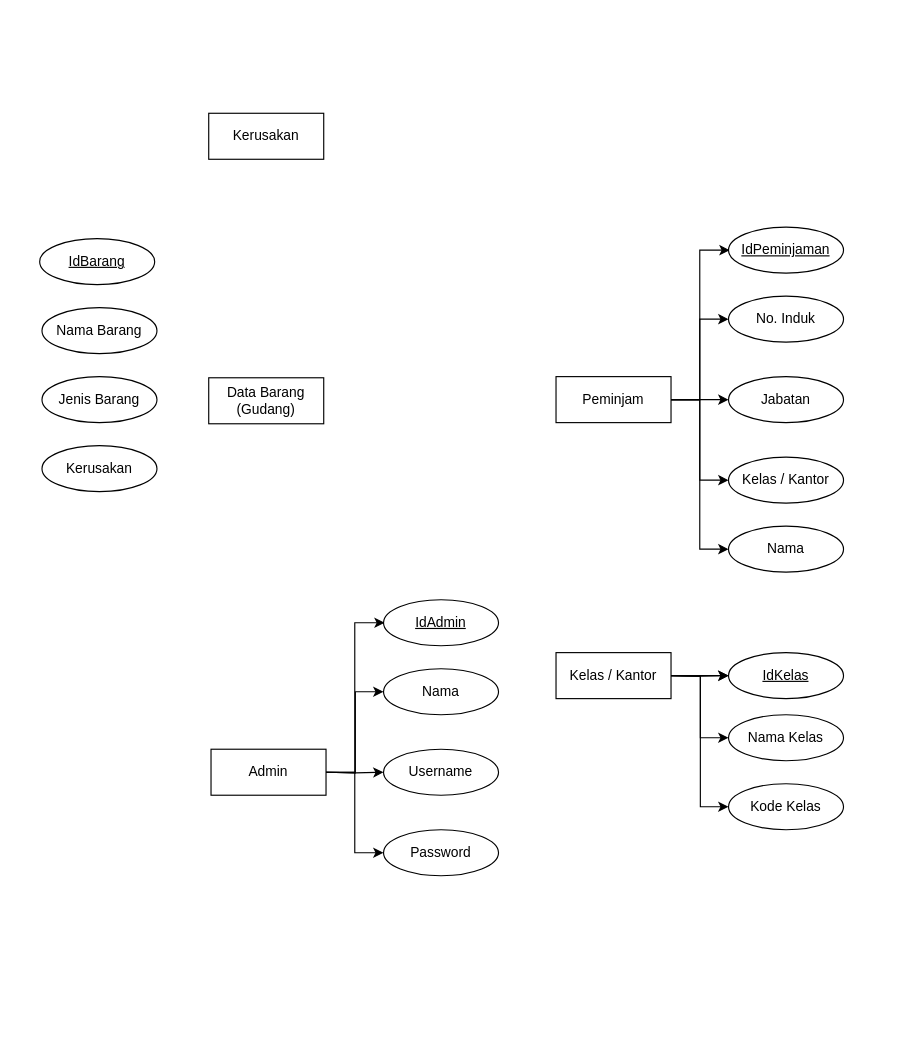
Earlier version of the draw.io diagram .drawio (Sacrit38/CPP-Ponggame). Source tidied: cells renumbered, new cells numbered last; positions are measured from the earlier drawing's top-left corner, leaving out a move shared by most shapes. Both pictures are drawn from the tidied source at 115%, with x=0, y=0 at pixel (39, 113).
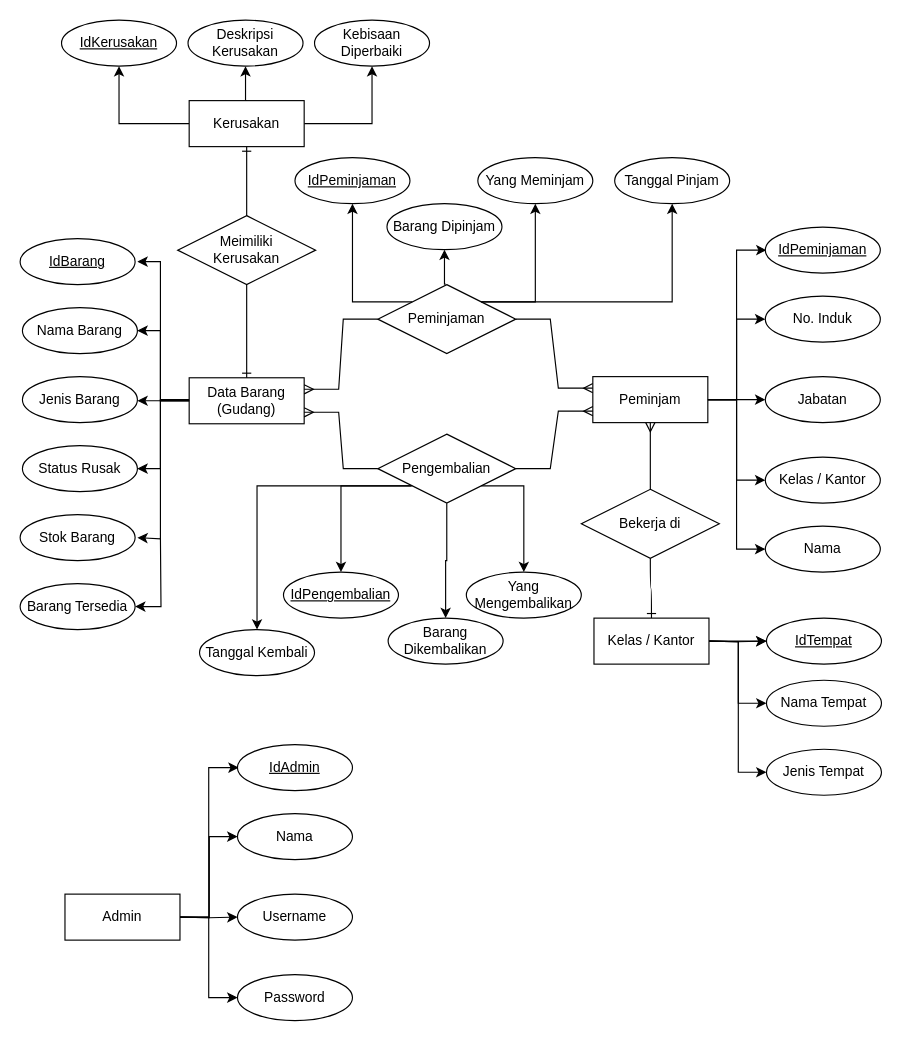
Above is the later version.

Change to the diagram source:
```diff
@@
     <mxCell id="5" style="edgeStyle=orthogonalEdgeStyle;rounded=0;jettySize=auto;html=1;exitX=1;exitY=0.5;exitDx=0;exitDy=0;entryX=0;entryY=0.5;entryDx=0;entryDy=0;" parent="1" edge="1" source="6">
       <mxGeometry relative="1" as="geometry">
-        <mxPoint x="600" y="119" as="targetPoint" />
+        <mxPoint x="632" y="119" as="targetPoint" />
         <Array as="points">
-          <mxPoint x="574" y="249" />
-          <mxPoint x="574" y="119" />
+          <mxPoint x="606" y="249" />
+          <mxPoint x="606" y="119" />
         </Array>
       </mxGeometry>
     </mxCell>
+    <mxCell id="36" style="edgeStyle=entityRelationEdgeStyle;rounded=0;jettySize=auto;html=1;exitX=0;exitY=0.25;exitDx=0;exitDy=0;entryX=1;entryY=0.5;entryDx=0;entryDy=0;elbow=vertical;endArrow=none;endFill=0;startArrow=ERmany;startFill=0;" parent="1" edge="1" source="6" target="52">
+      <mxGeometry relative="1" as="geometry" />
+    </mxCell>
     <mxCell id="6" value="Peminjam" style="whiteSpace=wrap;html=1;align=center;" parent="1" vertex="1">
-      <mxGeometry x="449" y="229" width="100" height="40" as="geometry" />
+      <mxGeometry x="481" y="229" width="100" height="40" as="geometry" />
     </mxCell>
     <mxCell id="7" value="No. Induk" style="ellipse;whiteSpace=wrap;html=1;align=center;" parent="1" vertex="1">
-      <mxGeometry x="599" y="159" width="100" height="40" as="geometry" />
+      <mxGeometry x="631" y="159" width="100" height="40" as="geometry" />
     </mxCell>
     <mxCell id="8" value="Jabatan" style="ellipse;whiteSpace=wrap;html=1;align=center;" parent="1" vertex="1">
-      <mxGeometry x="599" y="229" width="100" height="40" as="geometry" />
+      <mxGeometry x="631" y="229" width="100" height="40" as="geometry" />
     </mxCell>
     <mxCell id="9" value="Kelas / Kantor" style="ellipse;whiteSpace=wrap;html=1;align=center;" parent="1" vertex="1">
-      <mxGeometry x="599" y="299" width="100" height="40" as="geometry" />
+      <mxGeometry x="631" y="299" width="100" height="40" as="geometry" />
     </mxCell>
     <mxCell id="10" value="Admin" style="whiteSpace=wrap;html=1;align=center;" parent="1" vertex="1">
-      <mxGeometry x="149" y="553" width="100" height="40" as="geometry" />
+      <mxGeometry x="22" y="679" width="100" height="40" as="geometry" />
     </mxCell>
+    <mxCell id="37" style="edgeStyle=orthogonalEdgeStyle;rounded=0;jettySize=auto;html=1;exitX=0;exitY=0.5;exitDx=0;exitDy=0;" parent="1" edge="1" source="11">
+      <mxGeometry relative="1" as="geometry">
+        <mxPoint x="85" y="129" as="targetPoint" />
+        <Array as="points">
+          <mxPoint x="105" y="250" />
+          <mxPoint x="105" y="129" />
+        </Array>
+      </mxGeometry>
+    </mxCell>
+    <mxCell id="38" style="edgeStyle=orthogonalEdgeStyle;rounded=0;jettySize=auto;html=1;" parent="1" edge="1" source="11">
+      <mxGeometry relative="1" as="geometry">
+        <mxPoint x="85" y="250" as="targetPoint" />
+      </mxGeometry>
+    </mxCell>
+    <mxCell id="39" style="edgeStyle=orthogonalEdgeStyle;rounded=0;jettySize=auto;html=1;exitX=0;exitY=0.5;exitDx=0;exitDy=0;" parent="1" edge="1" source="11">
+      <mxGeometry relative="1" as="geometry">
+        <mxPoint x="85" y="309" as="targetPoint" />
+        <Array as="points">
+          <mxPoint x="105" y="249" />
+          <mxPoint x="105" y="309" />
+        </Array>
+      </mxGeometry>
+    </mxCell>
     <mxCell id="11" value="Data Barang (Gudang)" style="whiteSpace=wrap;html=1;align=center;" parent="1" vertex="1">
-      <mxGeometry x="147" y="230" width="100" height="40" as="geometry" />
+      <mxGeometry x="130" y="230" width="100" height="40" as="geometry" />
     </mxCell>
+    <mxCell id="40" style="edgeStyle=orthogonalEdgeStyle;rounded=0;jettySize=auto;html=1;entryX=0.5;entryY=1;entryDx=0;entryDy=0;" parent="1" edge="1" source="12" target="59">
+      <mxGeometry relative="1" as="geometry" />
+    </mxCell>
+    <mxCell id="41" style="edgeStyle=orthogonalEdgeStyle;rounded=0;jettySize=auto;html=1;exitX=0.5;exitY=0;exitDx=0;exitDy=0;entryX=0.5;entryY=1;entryDx=0;entryDy=0;" parent="1" edge="1" source="12" target="60">
+      <mxGeometry relative="1" as="geometry" />
+    </mxCell>
+    <mxCell id="42" style="edgeStyle=orthogonalEdgeStyle;rounded=0;jettySize=auto;html=1;exitX=1;exitY=0.5;exitDx=0;exitDy=0;entryX=0.5;entryY=1;entryDx=0;entryDy=0;" parent="1" edge="1" source="12" target="61">
+      <mxGeometry relative="1" as="geometry" />
+    </mxCell>
     <mxCell id="12" value="Kerusakan" style="whiteSpace=wrap;html=1;align=center;" parent="1" vertex="1">
-      <mxGeometry x="147" width="100" height="40" as="geometry" />
+      <mxGeometry x="130" y="-11" width="100" height="40" as="geometry" />
     </mxCell>
     <mxCell id="13" value="Kelas / Kantor" style="whiteSpace=wrap;html=1;align=center;" parent="1" vertex="1">
-      <mxGeometry x="449" y="469" width="100" height="40" as="geometry" />
+      <mxGeometry x="482" y="439" width="100" height="40" as="geometry" />
     </mxCell>
     <mxCell id="14" value="IdPeminjaman" style="ellipse;whiteSpace=wrap;html=1;align=center;fontStyle=4;" parent="1" vertex="1">
-      <mxGeometry x="599" y="99" width="100" height="40" as="geometry" />
+      <mxGeometry x="631" y="99" width="100" height="40" as="geometry" />
     </mxCell>
     <mxCell id="15" style="edgeStyle=orthogonalEdgeStyle;rounded=0;jettySize=auto;html=1;exitX=1;exitY=0.5;exitDx=0;exitDy=0;entryX=0;entryY=0.5;entryDx=0;entryDy=0;" parent="1" edge="1" target="21">
       <mxGeometry relative="1" as="geometry">
-        <mxPoint x="249" y="573" as="sourcePoint" />
+        <mxPoint x="122" y="699" as="sourcePoint" />
         <Array as="points">
-          <mxPoint x="274" y="573" />
-          <mxPoint x="274" y="643" />
+          <mxPoint x="147" y="699" />
+          <mxPoint x="147" y="769" />
         </Array>
       </mxGeometry>
     </mxCell>
     <mxCell id="16" style="edgeStyle=orthogonalEdgeStyle;rounded=0;jettySize=auto;html=1;entryX=0;entryY=0.5;entryDx=0;entryDy=0;" parent="1" edge="1" target="20">
       <mxGeometry relative="1" as="geometry">
-        <mxPoint x="249" y="573" as="sourcePoint" />
+        <mxPoint x="122" y="699" as="sourcePoint" />
       </mxGeometry>
     </mxCell>
     <mxCell id="17" style="edgeStyle=orthogonalEdgeStyle;rounded=0;jettySize=auto;html=1;entryX=0;entryY=0.5;entryDx=0;entryDy=0;" parent="1" edge="1" target="19">
       <mxGeometry relative="1" as="geometry">
-        <mxPoint x="249" y="573" as="sourcePoint" />
+        <mxPoint x="122" y="699" as="sourcePoint" />
       </mxGeometry>
     </mxCell>
     <mxCell id="18" style="edgeStyle=orthogonalEdgeStyle;rounded=0;orthogonalLoop=1;jettySize=auto;html=1;exitX=1;exitY=0.5;exitDx=0;exitDy=0;entryX=0;entryY=0.5;entryDx=0;entryDy=0;" parent="1" edge="1">
       <mxGeometry relative="1" as="geometry">
-        <mxPoint x="249" y="573" as="sourcePoint" />
-        <mxPoint x="300" y="443" as="targetPoint" />
+        <mxPoint x="122" y="699" as="sourcePoint" />
+        <mxPoint x="173" y="569" as="targetPoint" />
         <Array as="points">
-          <mxPoint x="274" y="573" />
-          <mxPoint x="274" y="443" />
+          <mxPoint x="147" y="699" />
+          <mxPoint x="147" y="569" />
         </Array>
       </mxGeometry>
     </mxCell>
     <mxCell id="19" value="Nama" style="ellipse;whiteSpace=wrap;html=1;align=center;" parent="1" vertex="1">
-      <mxGeometry x="299" y="483" width="100" height="40" as="geometry" />
+      <mxGeometry x="172" y="609" width="100" height="40" as="geometry" />
     </mxCell>
     <mxCell id="20" value="Username" style="ellipse;whiteSpace=wrap;html=1;align=center;" parent="1" vertex="1">
-      <mxGeometry x="299" y="553" width="100" height="40" as="geometry" />
+      <mxGeometry x="172" y="679" width="100" height="40" as="geometry" />
     </mxCell>
     <mxCell id="21" value="Password" style="ellipse;whiteSpace=wrap;html=1;align=center;" parent="1" vertex="1">
-      <mxGeometry x="299" y="623" width="100" height="40" as="geometry" />
+      <mxGeometry x="172" y="749" width="100" height="40" as="geometry" />
     </mxCell>
     <mxCell id="22" value="IdAdmin" style="ellipse;whiteSpace=wrap;html=1;align=center;fontStyle=4;" parent="1" vertex="1">
-      <mxGeometry x="299" y="423" width="100" height="40" as="geometry" />
+      <mxGeometry x="172" y="549" width="100" height="40" as="geometry" />
     </mxCell>
@@
     <mxCell id="24" value="Nama" style="ellipse;whiteSpace=wrap;html=1;align=center;" parent="1" vertex="1">
-      <mxGeometry x="599" y="359" width="100" height="40" as="geometry" />
+      <mxGeometry x="631" y="359" width="100" height="40" as="geometry" />
     </mxCell>
     <mxCell id="25" style="edgeStyle=orthogonalEdgeStyle;rounded=0;jettySize=auto;html=1;entryX=0;entryY=0.5;entryDx=0;entryDy=0;" parent="1" edge="1" target="29">
       <mxGeometry relative="1" as="geometry">
-        <mxPoint x="549" y="489" as="sourcePoint" />
+        <mxPoint x="582" y="459" as="sourcePoint" />
       </mxGeometry>
     </mxCell>
     <mxCell id="26" style="edgeStyle=orthogonalEdgeStyle;rounded=0;jettySize=auto;html=1;entryX=0;entryY=0.5;entryDx=0;entryDy=0;" parent="1" edge="1" target="28">
       <mxGeometry relative="1" as="geometry">
-        <mxPoint x="549" y="489" as="sourcePoint" />
+        <mxPoint x="582" y="459" as="sourcePoint" />
       </mxGeometry>
     </mxCell>
     <mxCell id="27" style="edgeStyle=orthogonalEdgeStyle;rounded=0;jettySize=auto;html=1;exitX=1;exitY=0.5;exitDx=0;exitDy=0;entryX=0;entryY=0.5;entryDx=0;entryDy=0;" parent="1" edge="1" target="32">
       <mxGeometry relative="1" as="geometry">
-        <mxPoint x="549" y="489" as="sourcePoint" />
+        <mxPoint x="582" y="459" as="sourcePoint" />
         <Array as="points">
-          <mxPoint x="579" y="489" />
-          <mxPoint x="579" y="489" />
+          <mxPoint x="612" y="459" />
+          <mxPoint x="612" y="459" />
         </Array>
       </mxGeometry>
     </mxCell>
-    <mxCell id="28" value="Kode Kelas" style="ellipse;whiteSpace=wrap;html=1;align=center;" parent="1" vertex="1">
-      <mxGeometry x="599" y="583" width="100" height="40" as="geometry" />
+    <mxCell id="28" value="Jenis Tempat" style="ellipse;whiteSpace=wrap;html=1;align=center;" parent="1" vertex="1">
+      <mxGeometry x="632" y="553" width="100" height="40" as="geometry" />
     </mxCell>
-    <mxCell id="29" value="Nama Kelas" style="ellipse;whiteSpace=wrap;html=1;align=center;" parent="1" vertex="1">
-      <mxGeometry x="599" y="523" width="100" height="40" as="geometry" />
+    <mxCell id="29" value="Nama Tempat" style="ellipse;whiteSpace=wrap;html=1;align=center;" parent="1" vertex="1">
+      <mxGeometry x="632" y="493" width="100" height="40" as="geometry" />
     </mxCell>
     <mxCell id="30" value="IdBarang" style="ellipse;whiteSpace=wrap;html=1;align=center;fontStyle=4;" parent="1" vertex="1">
-      <mxGeometry y="109" width="100" height="40" as="geometry" />
+      <mxGeometry x="-17" y="109" width="100" height="40" as="geometry" />
     </mxCell>
     <mxCell id="31" style="edgeStyle=orthogonalEdgeStyle;rounded=0;jettySize=auto;html=1;entryX=0;entryY=0.5;entryDx=0;entryDy=0;" parent="1" edge="1" target="32">
       <mxGeometry relative="1" as="geometry">
-        <mxPoint x="549" y="489" as="sourcePoint" />
+        <mxPoint x="582" y="459" as="sourcePoint" />
       </mxGeometry>
     </mxCell>
-    <mxCell id="32" value="IdKelas" style="ellipse;whiteSpace=wrap;html=1;align=center;fontStyle=4;" parent="1" vertex="1">
-      <mxGeometry x="599" y="469" width="100" height="40" as="geometry" />
+    <mxCell id="32" value="IdTempat" style="ellipse;whiteSpace=wrap;html=1;align=center;fontStyle=4;" parent="1" vertex="1">
+      <mxGeometry x="632" y="439" width="100" height="40" as="geometry" />
     </mxCell>
     <mxCell id="33" value="Nama Barang" style="ellipse;whiteSpace=wrap;html=1;align=center;" parent="1" vertex="1">
-      <mxGeometry x="2" y="169" width="100" height="40" as="geometry" />
+      <mxGeometry x="-15" y="169" width="100" height="40" as="geometry" />
     </mxCell>
     <mxCell id="34" value="Jenis Barang" style="ellipse;whiteSpace=wrap;html=1;align=center;" parent="1" vertex="1">
-      <mxGeometry x="2" y="229" width="100" height="40" as="geometry" />
+      <mxGeometry x="-15" y="229" width="100" height="40" as="geometry" />
     </mxCell>
-    <mxCell id="35" value="Kerusakan" style="ellipse;whiteSpace=wrap;html=1;align=center;" parent="1" vertex="1">
-      <mxGeometry x="2" y="289" width="100" height="40" as="geometry" />
+    <mxCell id="35" value="Status Rusak" style="ellipse;whiteSpace=wrap;html=1;align=center;" parent="1" vertex="1">
+      <mxGeometry x="-15" y="289" width="100" height="40" as="geometry" />
     </mxCell>
+    <mxCell id="43" value="Stok Barang" style="ellipse;whiteSpace=wrap;html=1;align=center;" parent="1" vertex="1">
+      <mxGeometry x="-17" y="349" width="100" height="40" as="geometry" />
+    </mxCell>
+    <mxCell id="44" style="edgeStyle=orthogonalEdgeStyle;rounded=0;jettySize=auto;html=1;exitX=1;exitY=0.5;exitDx=0;exitDy=0;startArrow=classic;startFill=1;endArrow=none;endFill=0;" parent="1" edge="1" source="45">
+      <mxGeometry relative="1" as="geometry">
+        <mxPoint x="105" y="369" as="targetPoint" />
+      </mxGeometry>
+    </mxCell>
+    <mxCell id="45" value="Barang Tersedia" style="ellipse;whiteSpace=wrap;html=1;align=center;" parent="1" vertex="1">
+      <mxGeometry x="-17" y="409" width="100" height="40" as="geometry" />
+    </mxCell>
+    <mxCell id="46" value="Bekerja di" style="shape=rhombus;perimeter=rhombusPerimeter;whiteSpace=wrap;html=1;align=center;" parent="1" vertex="1">
+      <mxGeometry x="471" y="327" width="120" height="60" as="geometry" />
+    </mxCell>
+    <mxCell id="47" style="edgeStyle=orthogonalEdgeStyle;fontSize=12;html=1;endArrow=ERmany;rounded=0;entryX=0.5;entryY=1;entryDx=0;entryDy=0;exitX=0.5;exitY=0;exitDx=0;exitDy=0;curved=1;" parent="1" edge="1" source="46" target="6">
+      <mxGeometry relative="1" as="geometry" />
+    </mxCell>
+    <mxCell id="48" style="edgeStyle=orthogonalEdgeStyle;fontSize=12;html=1;endArrow=ERone;endFill=1;rounded=0;entryX=0.5;entryY=0;entryDx=0;entryDy=0;exitX=0.5;exitY=1;exitDx=0;exitDy=0;curved=1;" parent="1" edge="1" source="46" target="13">
+      <mxGeometry relative="1" as="geometry" />
+    </mxCell>
+    <mxCell id="49" style="edgeStyle=orthogonalEdgeStyle;rounded=0;jettySize=auto;html=1;exitX=0;exitY=0.5;exitDx=0;exitDy=0;entryX=1;entryY=0.5;entryDx=0;entryDy=0;" parent="1" edge="1" source="11" target="33">
+      <mxGeometry relative="1" as="geometry">
+        <Array as="points">
+          <mxPoint x="105" y="250" />
+          <mxPoint x="105" y="189" />
+        </Array>
+      </mxGeometry>
+    </mxCell>
+    <mxCell id="50" style="edgeStyle=orthogonalEdgeStyle;rounded=0;orthogonalLoop=1;jettySize=auto;html=1;endArrow=classic;endFill=1;" parent="1" edge="1">
+      <mxGeometry relative="1" as="geometry">
+        <mxPoint x="130" y="250" as="sourcePoint" />
+        <mxPoint x="85" y="369" as="targetPoint" />
+        <Array as="points">
+          <mxPoint x="105" y="250" />
+          <mxPoint x="105" y="370" />
+        </Array>
+      </mxGeometry>
+    </mxCell>
+    <mxCell id="51" style="edgeStyle=entityRelationEdgeStyle;rounded=0;jettySize=auto;html=1;entryX=1;entryY=0.25;entryDx=0;entryDy=0;endArrow=ERmany;endFill=0;startArrow=none;startFill=0;" parent="1" edge="1" source="52" target="11">
+      <mxGeometry relative="1" as="geometry" />
+    </mxCell>
+    <mxCell id="52" value="Peminjaman" style="shape=rhombus;perimeter=rhombusPerimeter;whiteSpace=wrap;html=1;align=center;" parent="1" vertex="1">
+      <mxGeometry x="294" y="149" width="120" height="60" as="geometry" />
+    </mxCell>
+    <mxCell id="53" value="Pengembalian" style="shape=rhombus;perimeter=rhombusPerimeter;whiteSpace=wrap;html=1;align=center;" parent="1" vertex="1">
+      <mxGeometry x="294" y="279" width="120" height="60" as="geometry" />
+    </mxCell>
+    <mxCell id="54" style="edgeStyle=entityRelationEdgeStyle;rounded=0;jettySize=auto;html=1;exitX=0;exitY=0.75;exitDx=0;exitDy=0;entryX=1;entryY=0.5;entryDx=0;entryDy=0;elbow=vertical;endArrow=none;endFill=0;startArrow=ERmany;startFill=0;" parent="1" edge="1" source="6" target="53">
+      <mxGeometry relative="1" as="geometry" />
+    </mxCell>
+    <mxCell id="55" style="edgeStyle=entityRelationEdgeStyle;rounded=0;jettySize=auto;html=1;entryX=0;entryY=0.5;entryDx=0;entryDy=0;endArrow=none;endFill=0;startArrow=ERmany;startFill=0;exitX=1;exitY=0.75;exitDx=0;exitDy=0;" parent="1" edge="1" source="11" target="53">
+      <mxGeometry relative="1" as="geometry" />
+    </mxCell>
+    <mxCell id="56" value="Meimiliki &lt;br&gt;Kerusakan" style="shape=rhombus;perimeter=rhombusPerimeter;whiteSpace=wrap;html=1;align=center;" parent="1" vertex="1">
+      <mxGeometry x="120" y="89" width="120" height="60" as="geometry" />
+    </mxCell>
+    <mxCell id="57" style="edgeStyle=orthogonalEdgeStyle;fontSize=12;html=1;endArrow=ERone;endFill=1;rounded=0;entryX=0.5;entryY=0;entryDx=0;entryDy=0;exitX=0.5;exitY=1;exitDx=0;exitDy=0;curved=1;" parent="1" edge="1" source="56" target="11">
+      <mxGeometry relative="1" as="geometry" />
+    </mxCell>
+    <mxCell id="58" style="edgeStyle=orthogonalEdgeStyle;fontSize=12;html=1;endArrow=ERone;endFill=1;rounded=0;entryX=0.5;entryY=1;entryDx=0;entryDy=0;curved=1;exitX=0.5;exitY=0;exitDx=0;exitDy=0;" parent="1" edge="1" source="56" target="12">
+      <mxGeometry relative="1" as="geometry" />
+    </mxCell>
+    <mxCell id="59" value="IdKerusakan" style="ellipse;whiteSpace=wrap;html=1;align=center;fontStyle=4;" parent="1" vertex="1">
+      <mxGeometry x="19" y="-81" width="100" height="40" as="geometry" />
+    </mxCell>
+    <mxCell id="60" value="Deskripsi Kerusakan" style="ellipse;whiteSpace=wrap;html=1;align=center;" parent="1" vertex="1">
+      <mxGeometry x="129" y="-81" width="100" height="40" as="geometry" />
+    </mxCell>
+    <mxCell id="61" value="Kebisaan Diperbaiki" style="ellipse;whiteSpace=wrap;html=1;align=center;" parent="1" vertex="1">
+      <mxGeometry x="239" y="-81" width="100" height="40" as="geometry" />
+    </mxCell>
+    <mxCell id="62" style="edgeStyle=orthogonalEdgeStyle;rounded=0;jettySize=auto;html=1;entryX=0.5;entryY=1;entryDx=0;entryDy=0;exitX=0;exitY=0;exitDx=0;exitDy=0;" parent="1" edge="1" source="52" target="65">
+      <mxGeometry relative="1" as="geometry">
+        <Array as="points">
+          <mxPoint x="272" y="164" />
+        </Array>
+      </mxGeometry>
+    </mxCell>
+    <mxCell id="63" style="edgeStyle=orthogonalEdgeStyle;rounded=0;jettySize=auto;html=1;exitX=0.5;exitY=0;exitDx=0;exitDy=0;entryX=0.5;entryY=1;entryDx=0;entryDy=0;" parent="1" edge="1" target="66">
+      <mxGeometry relative="1" as="geometry">
+        <mxPoint x="353" y="148.6" as="sourcePoint" />
+      </mxGeometry>
+    </mxCell>
+    <mxCell id="64" style="edgeStyle=orthogonalEdgeStyle;rounded=0;jettySize=auto;html=1;exitX=1;exitY=0;exitDx=0;exitDy=0;entryX=0.5;entryY=1;entryDx=0;entryDy=0;" parent="1" edge="1" source="52" target="67">
+      <mxGeometry relative="1" as="geometry">
+        <Array as="points">
+          <mxPoint x="431" y="164" />
+        </Array>
+      </mxGeometry>
+    </mxCell>
+    <mxCell id="65" value="IdPeminjaman" style="ellipse;whiteSpace=wrap;html=1;align=center;fontStyle=4;" parent="1" vertex="1">
+      <mxGeometry x="222" y="38.6" width="100" height="40" as="geometry" />
+    </mxCell>
+    <mxCell id="66" value="Barang Dipinjam" style="ellipse;whiteSpace=wrap;html=1;align=center;" parent="1" vertex="1">
+      <mxGeometry x="302" y="78.6" width="100" height="40" as="geometry" />
+    </mxCell>
+    <mxCell id="67" value="Yang Meminjam" style="ellipse;whiteSpace=wrap;html=1;align=center;" parent="1" vertex="1">
+      <mxGeometry x="381" y="38.6" width="100" height="40" as="geometry" />
+    </mxCell>
+    <mxCell id="68" style="edgeStyle=orthogonalEdgeStyle;rounded=0;jettySize=auto;html=1;exitX=1;exitY=0;exitDx=0;exitDy=0;entryX=0.5;entryY=1;entryDx=0;entryDy=0;" parent="1" edge="1" source="52" target="69">
+      <mxGeometry relative="1" as="geometry" />
+    </mxCell>
+    <mxCell id="69" value="Tanggal Pinjam" style="ellipse;whiteSpace=wrap;html=1;align=center;" parent="1" vertex="1">
+      <mxGeometry x="500" y="38.6" width="100" height="40" as="geometry" />
+    </mxCell>
+    <mxCell id="70" style="edgeStyle=orthogonalEdgeStyle;rounded=0;jettySize=auto;html=1;entryX=0.5;entryY=0;entryDx=0;entryDy=0;exitX=0;exitY=1;exitDx=0;exitDy=0;" parent="1" edge="1" source="53" target="73">
+      <mxGeometry relative="1" as="geometry">
+        <Array as="points">
+          <mxPoint x="262" y="324" />
+        </Array>
+      </mxGeometry>
+    </mxCell>
+    <mxCell id="71" style="edgeStyle=orthogonalEdgeStyle;rounded=0;jettySize=auto;html=1;exitX=0.5;exitY=1;exitDx=0;exitDy=0;entryX=0.5;entryY=0;entryDx=0;entryDy=0;" parent="1" edge="1" source="53" target="74">
+      <mxGeometry relative="1" as="geometry" />
+    </mxCell>
+    <mxCell id="72" style="edgeStyle=orthogonalEdgeStyle;rounded=0;jettySize=auto;html=1;exitX=1;exitY=1;exitDx=0;exitDy=0;entryX=0.5;entryY=0;entryDx=0;entryDy=0;" parent="1" edge="1" source="53" target="75">
+      <mxGeometry relative="1" as="geometry">
+        <Array as="points">
+          <mxPoint x="421" y="324" />
+        </Array>
+      </mxGeometry>
+    </mxCell>
+    <mxCell id="73" value="IdPengembalian" style="ellipse;whiteSpace=wrap;html=1;align=center;fontStyle=4;" parent="1" vertex="1">
+      <mxGeometry x="212" y="399" width="100" height="40" as="geometry" />
+    </mxCell>
+    <mxCell id="74" value="Barang Dikembalikan" style="ellipse;whiteSpace=wrap;html=1;align=center;" parent="1" vertex="1">
+      <mxGeometry x="303" y="439" width="100" height="40" as="geometry" />
+    </mxCell>
+    <mxCell id="75" value="Yang Mengembalikan" style="ellipse;whiteSpace=wrap;html=1;align=center;" parent="1" vertex="1">
+      <mxGeometry x="371" y="399" width="100" height="40" as="geometry" />
+    </mxCell>
+    <mxCell id="76" style="edgeStyle=orthogonalEdgeStyle;rounded=0;jettySize=auto;html=1;exitX=0;exitY=1;exitDx=0;exitDy=0;entryX=0.5;entryY=0;entryDx=0;entryDy=0;" parent="1" edge="1" target="77">
+      <mxGeometry relative="1" as="geometry">
+        <mxPoint x="323" y="324" as="sourcePoint" />
+        <Array as="points">
+          <mxPoint x="189" y="324" />
+        </Array>
+      </mxGeometry>
+    </mxCell>
+    <mxCell id="77" value="Tanggal Kembali" style="ellipse;whiteSpace=wrap;html=1;align=center;" parent="1" vertex="1">
+      <mxGeometry x="139" y="449" width="100" height="40" as="geometry" />
+    </mxCell>
```
